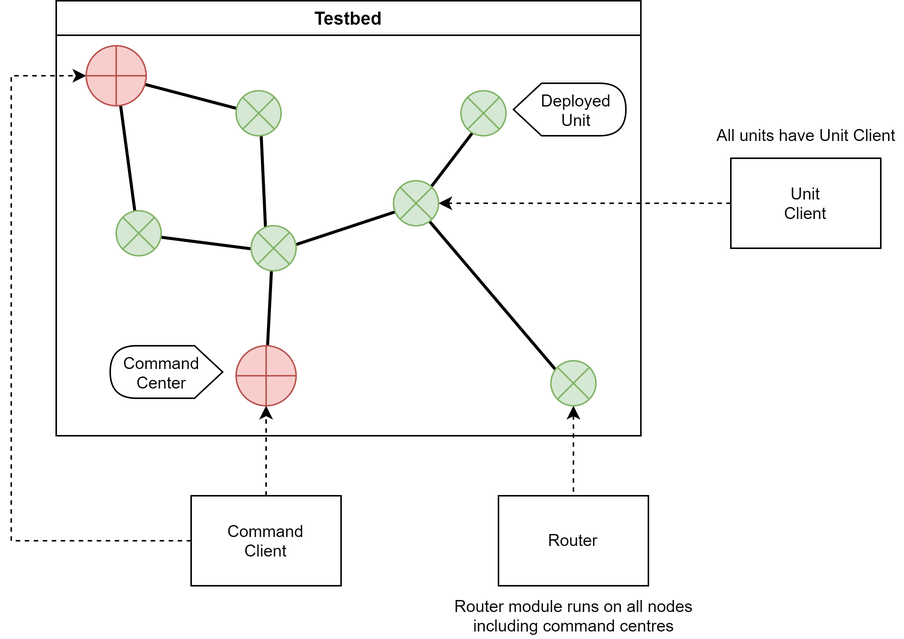
Earlier version of the draw.io export docs/figures/nodes_diagram.png (mido3ds/C4IAN). Source tidied: cells renumbered, new cells last; positions are measured from the earlier drawing's top-left corner, leaving out a move shared by most shapes. The source it was exported from:
```xml
<mxGraphModel>
  <root>
    <mxCell id="0" />
    <mxCell id="1" parent="0" />
    <mxCell id="2" style="edgeStyle=elbowEdgeStyle;rounded=0;jettySize=auto;html=1;exitX=0;exitY=0.5;exitDx=0;exitDy=0;entryX=0;entryY=0.5;entryDx=0;entryDy=0;dashed=1;startArrow=none;startFill=0;endArrow=classic;endFill=1;strokeColor=#000000;strokeWidth=1;fontSize=11;elbow=vertical;" parent="1" edge="1" source="29" target="22">
      <mxGeometry relative="1" as="geometry">
        <Array as="points">
          <mxPoint y="220" />
        </Array>
      </mxGeometry>
    </mxCell>
    <mxCell id="3" style="rounded=0;jettySize=auto;html=1;exitX=0.5;exitY=0;exitDx=0;exitDy=0;entryX=0.5;entryY=1;entryDx=0;entryDy=0;dashed=1;startArrow=none;startFill=0;endArrow=classic;endFill=1;strokeColor=#000000;strokeWidth=1;fontSize=11;elbow=vertical;" parent="1" edge="1" source="29" target="21">
      <mxGeometry relative="1" as="geometry" />
    </mxCell>
    <mxCell id="4" style="rounded=0;jettySize=auto;html=1;exitX=0;exitY=0.5;exitDx=0;exitDy=0;entryX=1;entryY=0.5;entryDx=0;entryDy=0;strokeColor=#000000;strokeWidth=1;fontSize=11;endArrow=classic;endFill=1;dashed=1;startArrow=none;startFill=0;" parent="1" edge="1" source="27" target="16">
      <mxGeometry relative="1" as="geometry" />
    </mxCell>
    <mxCell id="5" style="elbow=vertical;startArrow=classic;endArrow=none;strokeColor=#000000;strokeWidth=1;fontSize=11;dashed=1;exitX=0.5;exitY=1;exitDx=0;exitDy=0;endFill=0;startFill=1;" parent="1" edge="1" source="17" target="25">
      <mxGeometry relative="1" as="geometry" />
    </mxCell>
    <mxCell id="6" style="endArrow=none;html=1;fontSize=11;exitX=0.539;exitY=0.591;exitDx=0;exitDy=0;exitPerimeter=0;fillColor=#ffe6cc;strokeWidth=2;" parent="1" edge="1" source="18">
      <mxGeometry relative="1" as="geometry">
        <mxPoint x="170" y="160" as="targetPoint" />
      </mxGeometry>
    </mxCell>
    <mxCell id="7" value="Testbed" style="swimlane;swimlaneLine=1;glass=0;sketch=0;startSize=23;" parent="1" vertex="1">
      <mxGeometry x="30" width="390" height="290" as="geometry" />
    </mxCell>
    <mxCell id="8" style="endArrow=none;html=1;fontSize=11;entryX=0.507;entryY=0.52;entryDx=0;entryDy=0;entryPerimeter=0;exitX=0.539;exitY=0.531;exitDx=0;exitDy=0;exitPerimeter=0;fillColor=#ffe6cc;strokeWidth=2;" parent="7" edge="1" source="18" target="22">
      <mxGeometry relative="1" as="geometry" />
    </mxCell>
    <mxCell id="9" style="endArrow=none;html=1;fontSize=11;entryX=0.594;entryY=0.552;entryDx=0;entryDy=0;entryPerimeter=0;exitX=0.418;exitY=0.565;exitDx=0;exitDy=0;exitPerimeter=0;fillColor=#ffe6cc;strokeWidth=2;" parent="7" edge="1" source="16" target="20">
      <mxGeometry relative="1" as="geometry" />
    </mxCell>
    <mxCell id="10" style="endArrow=none;html=1;fontSize=11;entryX=0.535;entryY=0.581;entryDx=0;entryDy=0;entryPerimeter=0;exitX=0.514;exitY=0.526;exitDx=0;exitDy=0;exitPerimeter=0;fillColor=#ffe6cc;strokeWidth=2;" parent="7" edge="1" source="19" target="20">
      <mxGeometry relative="1" as="geometry" />
    </mxCell>
    <mxCell id="11" style="endArrow=none;html=1;fontSize=11;entryX=0.507;entryY=0.498;entryDx=0;entryDy=0;entryPerimeter=0;exitX=0.484;exitY=0.526;exitDx=0;exitDy=0;exitPerimeter=0;fillColor=#ffe6cc;strokeWidth=2;" parent="7" edge="1" source="19" target="22">
      <mxGeometry relative="1" as="geometry" />
    </mxCell>
    <mxCell id="12" style="endArrow=none;html=1;fontSize=11;entryX=0.494;entryY=0.589;entryDx=0;entryDy=0;entryPerimeter=0;exitX=0.475;exitY=0.552;exitDx=0;exitDy=0;exitPerimeter=0;fillColor=#ffe6cc;strokeWidth=2;" parent="7" edge="1" source="20" target="21">
      <mxGeometry relative="1" as="geometry" />
    </mxCell>
    <mxCell id="13" style="endArrow=none;html=1;fontSize=11;entryX=0.447;entryY=0.602;entryDx=0;entryDy=0;entryPerimeter=0;exitX=0.538;exitY=0.595;exitDx=0;exitDy=0;exitPerimeter=0;fillColor=#ffe6cc;strokeWidth=2;" parent="7" edge="1" source="16" target="17">
      <mxGeometry relative="1" as="geometry" />
    </mxCell>
    <mxCell id="14" style="endArrow=none;html=1;fontSize=11;entryX=0.563;entryY=0.531;entryDx=0;entryDy=0;entryPerimeter=0;exitX=0.508;exitY=0.565;exitDx=0;exitDy=0;exitPerimeter=0;fillColor=#ffe6cc;strokeWidth=2;" parent="7" edge="1" source="16" target="15">
      <mxGeometry relative="1" as="geometry" />
    </mxCell>
    <mxCell id="15" style="shape=sumEllipse;perimeter=ellipsePerimeter;whiteSpace=wrap;html=1;backgroundOutline=1;fillColor=#d5e8d4;strokeColor=#82b366;" parent="7" vertex="1">
      <mxGeometry x="270" y="60" width="30" height="30" as="geometry" />
    </mxCell>
    <mxCell id="16" style="shape=sumEllipse;perimeter=ellipsePerimeter;whiteSpace=wrap;html=1;backgroundOutline=1;fillColor=#d5e8d4;strokeColor=#82b366;sketch=0;" parent="7" vertex="1">
      <mxGeometry x="225" y="120" width="30" height="30" as="geometry" />
    </mxCell>
    <mxCell id="17" style="shape=sumEllipse;perimeter=ellipsePerimeter;whiteSpace=wrap;html=1;backgroundOutline=1;fillColor=#d5e8d4;strokeColor=#82b366;" parent="7" vertex="1">
      <mxGeometry x="330" y="240" width="30" height="30" as="geometry" />
    </mxCell>
    <mxCell id="18" style="shape=sumEllipse;perimeter=ellipsePerimeter;whiteSpace=wrap;html=1;backgroundOutline=1;fillColor=#d5e8d4;strokeColor=#82b366;" parent="7" vertex="1">
      <mxGeometry x="120" y="60" width="30" height="30" as="geometry" />
    </mxCell>
    <mxCell id="19" style="shape=sumEllipse;perimeter=ellipsePerimeter;whiteSpace=wrap;html=1;backgroundOutline=1;fillColor=#d5e8d4;strokeColor=#82b366;" parent="7" vertex="1">
      <mxGeometry x="40" y="140" width="30" height="30" as="geometry" />
    </mxCell>
    <mxCell id="20" style="shape=sumEllipse;perimeter=ellipsePerimeter;whiteSpace=wrap;html=1;backgroundOutline=1;fillColor=#d5e8d4;strokeColor=#82b366;" parent="7" vertex="1">
      <mxGeometry x="130" y="150" width="30" height="30" as="geometry" />
    </mxCell>
    <mxCell id="21" style="shape=orEllipse;perimeter=ellipsePerimeter;whiteSpace=wrap;html=1;backgroundOutline=1;fillColor=#f8cecc;strokeColor=#b85450;" parent="7" vertex="1">
      <mxGeometry x="120" y="230" width="40" height="40" as="geometry" />
    </mxCell>
    <mxCell id="22" style="shape=orEllipse;perimeter=ellipsePerimeter;whiteSpace=wrap;html=1;backgroundOutline=1;fillColor=#f8cecc;strokeColor=#b85450;" parent="7" vertex="1">
      <mxGeometry x="20" y="30" width="40" height="40" as="geometry" />
    </mxCell>
    <mxCell id="23" value="Deployed&lt;br style=&quot;font-size: 11px;&quot;&gt;Unit" style="shape=display;whiteSpace=wrap;html=1;fontSize=11;verticalAlign=middle;labelPosition=center;verticalLabelPosition=middle;align=center;horizontal=1;spacingTop=1;spacingLeft=9;" parent="7" vertex="1">
      <mxGeometry x="305" y="55" width="75" height="35" as="geometry" />
    </mxCell>
    <mxCell id="24" value="Command&lt;br&gt;Center" style="shape=display;whiteSpace=wrap;html=1;fontSize=11;verticalAlign=middle;labelPosition=center;verticalLabelPosition=middle;align=center;horizontal=1;spacingTop=1;spacingLeft=-6;direction=west;" parent="7" vertex="1">
      <mxGeometry x="36" y="230" width="75" height="35" as="geometry" />
    </mxCell>
    <mxCell id="25" value="Router" style="whiteSpace=wrap;html=1;align=center;verticalAlign=middle;newEdgeStyle={&quot;edgeStyle&quot;:&quot;elbowEdgeStyle&quot;,&quot;startArrow&quot;:&quot;none&quot;,&quot;endArrow&quot;:&quot;none&quot;};fontSize=11;labelPosition=center;verticalLabelPosition=middle;imageAspect=1;" parent="1" vertex="1">
      <mxGeometry x="325" y="330" width="100" height="60" as="geometry" />
    </mxCell>
    <mxCell id="26" value="Router module runs on all nodes&lt;br&gt;including command centres" style="text;html=1;align=center;verticalAlign=middle;fontSize=11;" parent="1" vertex="1">
      <mxGeometry x="290" y="395" width="170" height="30" as="geometry" />
    </mxCell>
    <mxCell id="27" value="Unit&lt;br&gt;Client" style="whiteSpace=wrap;html=1;align=center;verticalAlign=middle;newEdgeStyle={&quot;edgeStyle&quot;:&quot;elbowEdgeStyle&quot;,&quot;startArrow&quot;:&quot;none&quot;,&quot;endArrow&quot;:&quot;none&quot;};fontSize=11;sketch=0;" parent="1" vertex="1">
      <mxGeometry x="480" y="105" width="100" height="60" as="geometry" />
    </mxCell>
    <mxCell id="28" value="All units have Unit Client" style="text;html=1;align=center;verticalAlign=middle;fontSize=11;" parent="1" vertex="1">
      <mxGeometry x="465" y="80" width="130" height="20" as="geometry" />
    </mxCell>
    <mxCell id="29" value="Command&lt;br&gt;Client" style="whiteSpace=wrap;html=1;align=center;verticalAlign=middle;newEdgeStyle={&quot;edgeStyle&quot;:&quot;elbowEdgeStyle&quot;,&quot;startArrow&quot;:&quot;none&quot;,&quot;endArrow&quot;:&quot;none&quot;};fontSize=11;" parent="1" vertex="1">
      <mxGeometry x="120" y="330" width="100" height="60" as="geometry" />
    </mxCell>
  </root>
</mxGraphModel>
```
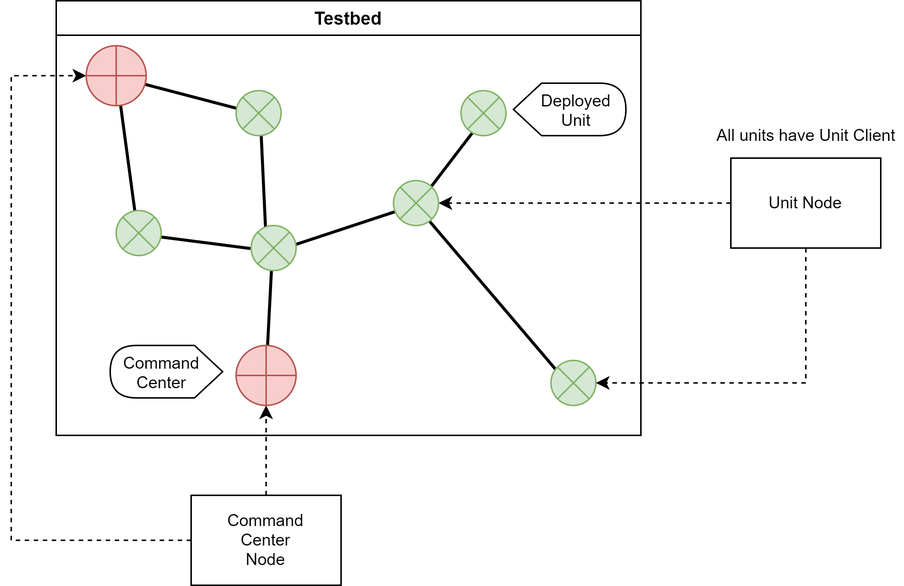
Later version of the same file.

Commit message:
Updated the nodes diagram

Change to the diagram source:
```diff
@@ -15,9 +15,6 @@
     <mxCell id="4" style="rounded=0;jettySize=auto;html=1;exitX=0;exitY=0.5;exitDx=0;exitDy=0;entryX=1;entryY=0.5;entryDx=0;entryDy=0;strokeColor=#000000;strokeWidth=1;fontSize=11;endArrow=classic;endFill=1;dashed=1;startArrow=none;startFill=0;" parent="1" edge="1" source="27" target="16">
       <mxGeometry relative="1" as="geometry" />
     </mxCell>
-    <mxCell id="5" style="elbow=vertical;startArrow=classic;endArrow=none;strokeColor=#000000;strokeWidth=1;fontSize=11;dashed=1;exitX=0.5;exitY=1;exitDx=0;exitDy=0;endFill=0;startFill=1;" parent="1" edge="1" source="17" target="25">
-      <mxGeometry relative="1" as="geometry" />
-    </mxCell>
     <mxCell id="6" style="endArrow=none;html=1;fontSize=11;exitX=0.539;exitY=0.591;exitDx=0;exitDy=0;exitPerimeter=0;fillColor=#ffe6cc;strokeWidth=2;" parent="1" edge="1" source="18">
       <mxGeometry relative="1" as="geometry">
         <mxPoint x="170" y="160" as="targetPoint" />
@@ -77,20 +74,21 @@
     <mxCell id="24" value="Command&lt;br&gt;Center" style="shape=display;whiteSpace=wrap;html=1;fontSize=11;verticalAlign=middle;labelPosition=center;verticalLabelPosition=middle;align=center;horizontal=1;spacingTop=1;spacingLeft=-6;direction=west;" parent="7" vertex="1">
       <mxGeometry x="36" y="230" width="75" height="35" as="geometry" />
     </mxCell>
-    <mxCell id="25" value="Router" style="whiteSpace=wrap;html=1;align=center;verticalAlign=middle;newEdgeStyle={&quot;edgeStyle&quot;:&quot;elbowEdgeStyle&quot;,&quot;startArrow&quot;:&quot;none&quot;,&quot;endArrow&quot;:&quot;none&quot;};fontSize=11;labelPosition=center;verticalLabelPosition=middle;imageAspect=1;" parent="1" vertex="1">
-      <mxGeometry x="325" y="330" width="100" height="60" as="geometry" />
-    </mxCell>
-    <mxCell id="26" value="Router module runs on all nodes&lt;br&gt;including command centres" style="text;html=1;align=center;verticalAlign=middle;fontSize=11;" parent="1" vertex="1">
-      <mxGeometry x="290" y="395" width="170" height="30" as="geometry" />
-    </mxCell>
-    <mxCell id="27" value="Unit&lt;br&gt;Client" style="whiteSpace=wrap;html=1;align=center;verticalAlign=middle;newEdgeStyle={&quot;edgeStyle&quot;:&quot;elbowEdgeStyle&quot;,&quot;startArrow&quot;:&quot;none&quot;,&quot;endArrow&quot;:&quot;none&quot;};fontSize=11;sketch=0;" parent="1" vertex="1">
+    <mxCell id="27" value="Unit Node" style="whiteSpace=wrap;html=1;align=center;verticalAlign=middle;newEdgeStyle={&quot;edgeStyle&quot;:&quot;elbowEdgeStyle&quot;,&quot;startArrow&quot;:&quot;none&quot;,&quot;endArrow&quot;:&quot;none&quot;};fontSize=11;sketch=0;" parent="1" vertex="1">
       <mxGeometry x="480" y="105" width="100" height="60" as="geometry" />
     </mxCell>
     <mxCell id="28" value="All units have Unit Client" style="text;html=1;align=center;verticalAlign=middle;fontSize=11;" parent="1" vertex="1">
       <mxGeometry x="465" y="80" width="130" height="20" as="geometry" />
     </mxCell>
-    <mxCell id="29" value="Command&lt;br&gt;Client" style="whiteSpace=wrap;html=1;align=center;verticalAlign=middle;newEdgeStyle={&quot;edgeStyle&quot;:&quot;elbowEdgeStyle&quot;,&quot;startArrow&quot;:&quot;none&quot;,&quot;endArrow&quot;:&quot;none&quot;};fontSize=11;" parent="1" vertex="1">
+    <mxCell id="29" value="Command&lt;br&gt;Center&lt;br&gt;Node" style="whiteSpace=wrap;html=1;align=center;verticalAlign=middle;newEdgeStyle={&quot;edgeStyle&quot;:&quot;elbowEdgeStyle&quot;,&quot;startArrow&quot;:&quot;none&quot;,&quot;endArrow&quot;:&quot;none&quot;};fontSize=11;" parent="1" vertex="1">
       <mxGeometry x="120" y="330" width="100" height="60" as="geometry" />
     </mxCell>
+    <mxCell id="30" style="rounded=0;jettySize=auto;html=1;exitX=0.5;exitY=1;exitDx=0;exitDy=0;entryX=1;entryY=0.5;entryDx=0;entryDy=0;strokeColor=#000000;strokeWidth=1;fontSize=11;endArrow=classic;endFill=1;dashed=1;startArrow=none;startFill=0;" parent="1" edge="1" source="27" target="17">
+      <mxGeometry relative="1" as="geometry">
+        <Array as="points">
+          <mxPoint x="530" y="255" />
+        </Array>
+      </mxGeometry>
+    </mxCell>
   </root>
 </mxGraphModel>
```
